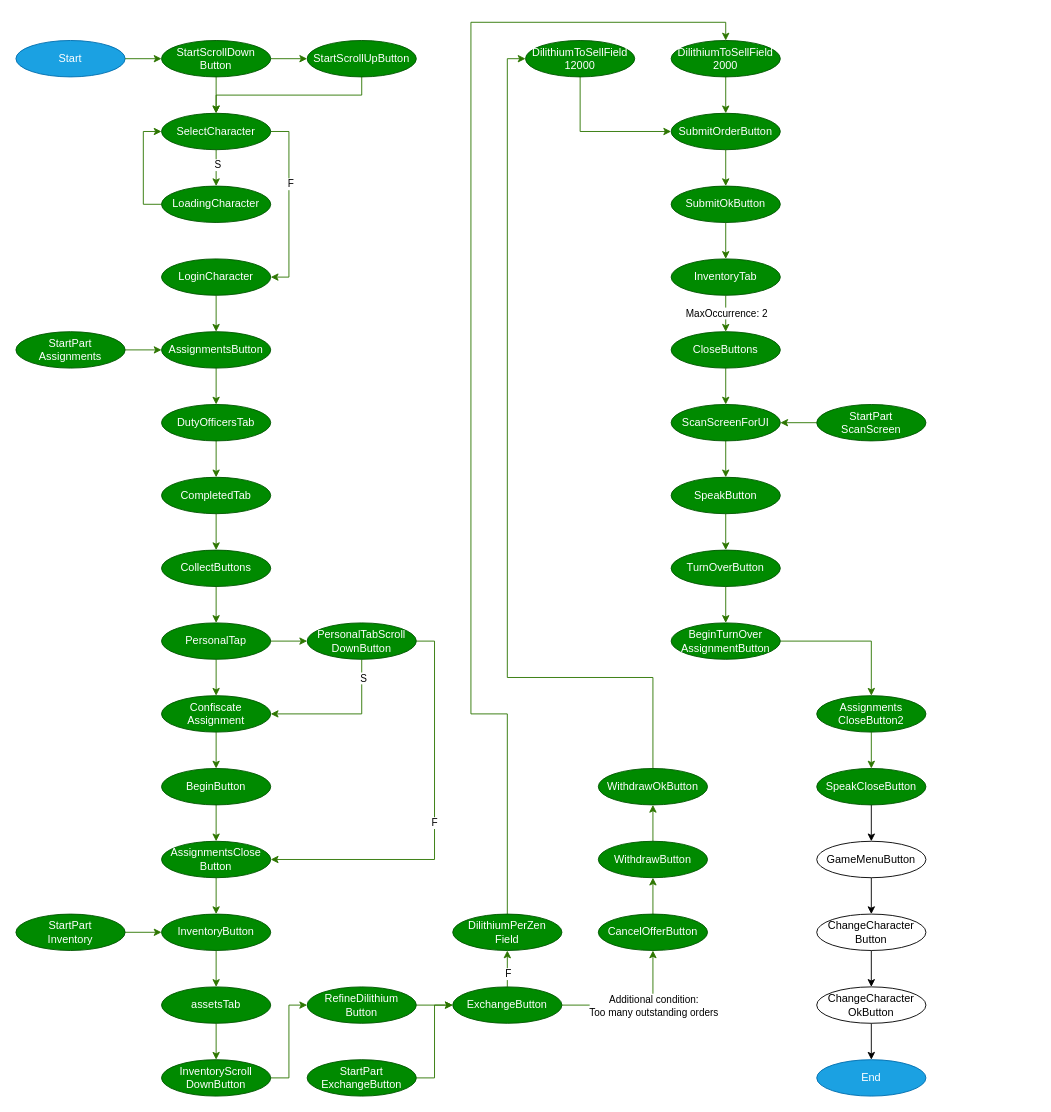
Above: AutoFarmer.drawio in Tomaszon/AutoFarmer (draw.io), before the change. Source tidied: cells renumbered, new cells numbered last; positions are measured from the earlier drawing's top-left corner, leaving out a move shared by most shapes. Both pictures are drawn from the tidied source at 91%, with x=0, y=0 at pixel (15, 22).
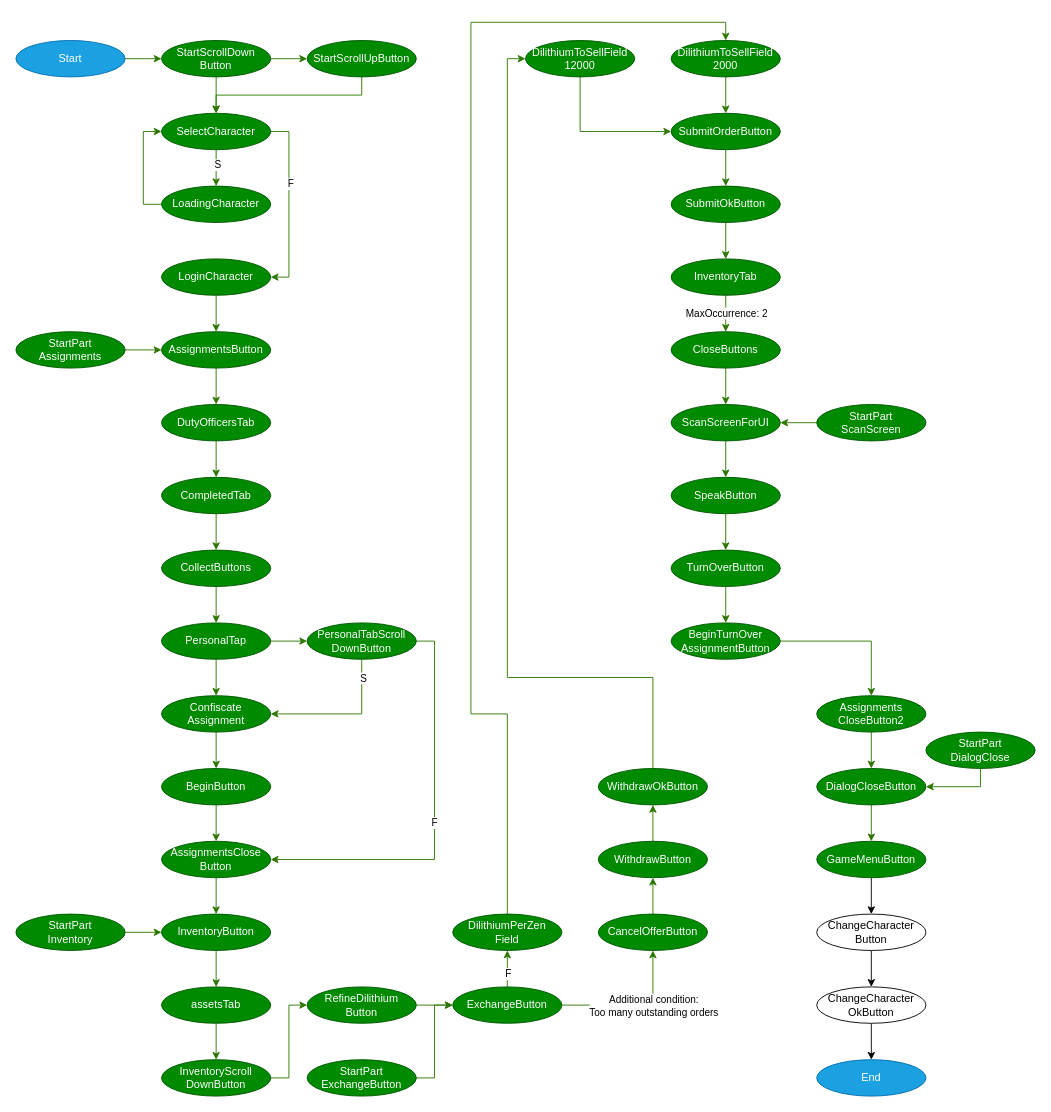
Above is the later version.

Change to the diagram source:
```diff
@@
-    <mxCell id="65" style="edgeStyle=orthogonalEdgeStyle;rounded=0;jettySize=auto;html=1;" parent="1" edge="1" source="66" target="68">
+    <mxCell id="65" style="edgeStyle=orthogonalEdgeStyle;rounded=0;jettySize=auto;html=1;fillColor=#60a917;strokeColor=#2D7600;" parent="1" edge="1" source="66" target="68">
       <mxGeometry relative="1" as="geometry" />
     </mxCell>
-    <mxCell id="66" value="SpeakCloseButton" style="ellipse;whiteSpace=wrap;html=1;fillColor=#008a00;strokeColor=#005700;fontColor=#ffffff;" parent="1" vertex="1">
+    <mxCell id="66" value="DialogCloseButton" style="ellipse;whiteSpace=wrap;html=1;fillColor=#008a00;strokeColor=#005700;fontColor=#ffffff;" parent="1" vertex="1">
       <mxGeometry x="880" y="820" width="120" height="40" as="geometry" />
     </mxCell>
@@
-    <mxCell id="68" value="GameMenuButton" style="ellipse;whiteSpace=wrap;html=1;" parent="1" vertex="1">
+    <mxCell id="68" value="GameMenuButton" style="ellipse;whiteSpace=wrap;html=1;fillColor=#008a00;strokeColor=#005700;fontColor=#ffffff;" parent="1" vertex="1">
       <mxGeometry x="880" y="900" width="120" height="40" as="geometry" />
     </mxCell>
@@
+    <mxCell id="100" style="edgeStyle=orthogonalEdgeStyle;rounded=0;jettySize=auto;html=1;exitX=0.5;exitY=1;exitDx=0;exitDy=0;entryX=1;entryY=0.5;entryDx=0;entryDy=0;fillColor=#60a917;strokeColor=#2D7600;" parent="1" edge="1" source="101" target="66">
+      <mxGeometry relative="1" as="geometry" />
+    </mxCell>
+    <mxCell id="101" value="StartPart&lt;br&gt;DialogClose" style="ellipse;whiteSpace=wrap;html=1;fillColor=#008a00;strokeColor=#005700;fontColor=#ffffff;" parent="1" vertex="1">
+      <mxGeometry x="1000" y="780" width="120" height="40" as="geometry" />
+    </mxCell>
```
